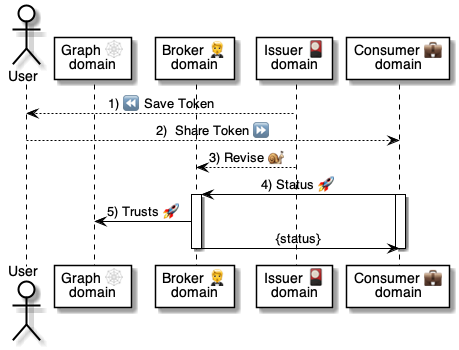
This is 4 ⚙️ Solution/41 🎭 Domain Roles/Consumers 💼/💼⏩ Consumer flows/Token Status 💼⏩🎫/💼 Token Status ⚙️ uml.png from pollyweb-org/pollyweb-docs, a PlantUML export, as it was before one commit. Its source is kept beside it as 4 ⚙️ Solution/41 🎭 Domain Roles/Consumers 💼/💼⏩ Consumer flows/Token Status 💼⏩🎫/💼 Token Status ⚙️ uml.puml. Source of this version:
```plantuml
@startuml Wallet: Share Token


actor User as user
participant "Graph 🕸\ndomain" as graph
participant "Broker 🤵\ndomain" as broker
participant "Issuer 🎴\ndomain" as issuer
participant "Consumer 💼\ndomain" as consumer




user <-- issuer: 1) ⏪ Save Token

user --> consumer: 2)  Share Token ⏩


issuer --> broker: 3) Revise 🐌


    consumer -> broker: 4) Status 🚀

    activate broker
    activate consumer
        broker -> graph: 5) Trusts 🚀
        broker -> consumer: {status}
    deactivate broker

    deactivate consumer


@enduml
```
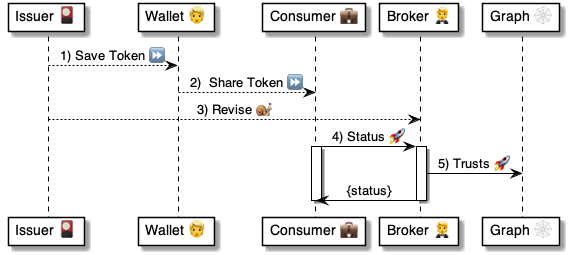
Later version of the same file.

Diff of the diagram source:
```diff
@@ -1,16 +1,15 @@
 @startuml Wallet: Share Token
 
 
-actor User as user
-participant "Graph 🕸\ndomain" as graph
-participant "Broker 🤵\ndomain" as broker
-participant "Issuer 🎴\ndomain" as issuer
-participant "Consumer 💼\ndomain" as consumer
+participant "Issuer 🎴" as issuer
+participant "Wallet 👱" as user
+participant "Consumer 💼" as consumer
+participant "Broker 🤵" as broker
+participant "Graph 🕸" as graph
 
 
 
-
-user <-- issuer: 1) ⏪ Save Token
+user <-- issuer: 1) Save Token ⏩
 
 user --> consumer: 2)  Share Token ⏩
 
```
